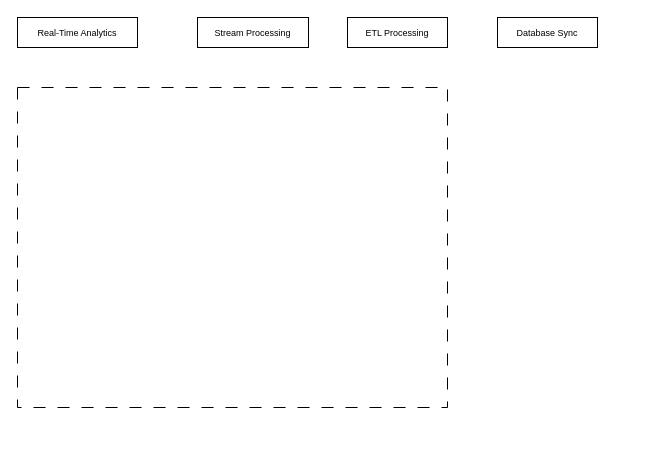
This is 云原生/流批一体大数据平台.drawio from Msimplehub/abbysun, a draw.io file, before an edit. Source tidied: cells renumbered, new cells numbered last; positions are measured from the earlier drawing's top-left corner, leaving out a move shared by most shapes. Both pictures are drawn from the tidied source at 100%, with x=0, y=0 at pixel (17, 17).
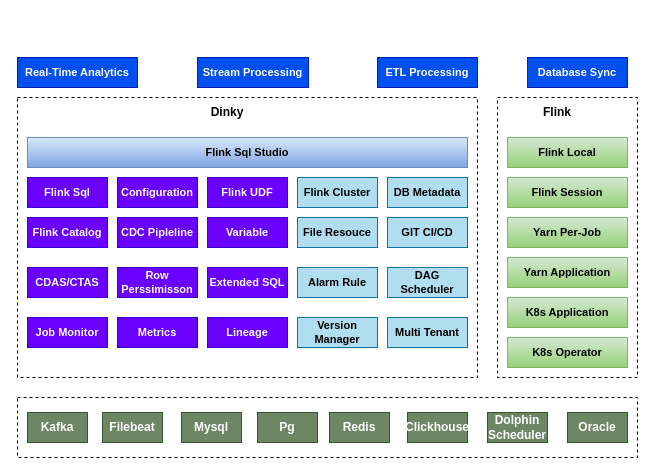
Above is the later version.

Commit message (it also covers changes not shown here):
更新流批一体大数据平台.drawio

Change to the diagram source:
```diff
@@
-    <mxCell id="2" value="&lt;font style=&quot;font-size: 9px;&quot;&gt;Real-Time Analytics&lt;/font&gt;" style="rounded=0;whiteSpace=wrap;html=1;" parent="1" vertex="1">
-      <mxGeometry width="120" height="30" as="geometry" />
+    <mxCell id="2" value="&lt;font style=&quot;font-size: 11px;&quot;&gt;Real-Time Analytics&lt;/font&gt;" style="rounded=0;whiteSpace=wrap;html=1;fontSize=11;fontStyle=1;fillColor=#0050ef;fontColor=#ffffff;strokeColor=#001DBC;" parent="1" vertex="1">
+      <mxGeometry y="40" width="120" height="30" as="geometry" />
     </mxCell>
-    <mxCell id="3" value="&lt;font style=&quot;font-size: 9px;&quot;&gt;Stream Processing&lt;/font&gt;" style="rounded=0;whiteSpace=wrap;html=1;" parent="1" vertex="1">
-      <mxGeometry x="180" width="111" height="30" as="geometry" />
+    <mxCell id="3" value="&lt;font style=&quot;font-size: 11px;&quot;&gt;Stream Processing&lt;/font&gt;" style="rounded=0;whiteSpace=wrap;html=1;fontSize=11;fontStyle=1;fillColor=#0050ef;fontColor=#ffffff;strokeColor=#001DBC;" parent="1" vertex="1">
+      <mxGeometry x="180" y="40" width="111" height="30" as="geometry" />
     </mxCell>
-    <mxCell id="4" value="&lt;font style=&quot;font-size: 9px;&quot;&gt;ETL Processing&lt;/font&gt;" style="rounded=0;whiteSpace=wrap;html=1;" parent="1" vertex="1">
-      <mxGeometry x="330" width="100" height="30" as="geometry" />
+    <mxCell id="4" value="&lt;font style=&quot;font-size: 11px;&quot;&gt;ETL Processing&lt;/font&gt;" style="rounded=0;whiteSpace=wrap;html=1;fontSize=11;fontStyle=1;fillColor=#0050ef;fontColor=#ffffff;strokeColor=#001DBC;" parent="1" vertex="1">
+      <mxGeometry x="360" y="40" width="100" height="30" as="geometry" />
     </mxCell>
-    <mxCell id="5" value="&lt;font style=&quot;font-size: 9px;&quot;&gt;Database Sync&lt;/font&gt;" style="rounded=0;whiteSpace=wrap;html=1;" parent="1" vertex="1">
-      <mxGeometry x="480" width="100" height="30" as="geometry" />
+    <mxCell id="5" value="&lt;font style=&quot;font-size: 11px;&quot;&gt;Database Sync&lt;/font&gt;" style="rounded=0;whiteSpace=wrap;html=1;fontSize=11;fontStyle=1;fillColor=#0050ef;fontColor=#ffffff;strokeColor=#001DBC;" parent="1" vertex="1">
+      <mxGeometry x="510" y="40" width="100" height="30" as="geometry" />
     </mxCell>
-    <mxCell id="6" style="rounded=0;whiteSpace=wrap;html=1;dashed=1;dashPattern=12 12;" parent="1" vertex="1">
-      <mxGeometry y="70" width="430" height="320" as="geometry" />
+    <mxCell id="6" style="rounded=0;whiteSpace=wrap;html=1;dashed=1;fontSize=11;fontStyle=1;" parent="1" vertex="1">
+      <mxGeometry y="80" width="460" height="280" as="geometry" />
     </mxCell>
+    <mxCell id="7" value="Flink Sql Studio" style="rounded=0;whiteSpace=wrap;html=1;fontSize=11;fontStyle=1;fillColor=#dae8fc;gradientColor=#7ea6e0;strokeColor=#6c8ebf;" parent="1" vertex="1">
+      <mxGeometry x="10" y="120" width="440" height="30" as="geometry" />
+    </mxCell>
+    <mxCell id="8" value="Flink Sql" style="rounded=0;whiteSpace=wrap;html=1;fontSize=11;fontStyle=1;fillColor=#6a00ff;fontColor=#ffffff;strokeColor=#3700CC;" parent="1" vertex="1">
+      <mxGeometry x="10" y="160" width="80" height="30" as="geometry" />
+    </mxCell>
+    <mxCell id="9" value="Configuration" style="rounded=0;whiteSpace=wrap;html=1;fontSize=11;fontStyle=1;fillColor=#6a00ff;fontColor=#ffffff;strokeColor=#3700CC;" parent="1" vertex="1">
+      <mxGeometry x="100" y="160" width="80" height="30" as="geometry" />
+    </mxCell>
+    <mxCell id="10" value="Flink UDF" style="rounded=0;whiteSpace=wrap;html=1;fontSize=11;fontStyle=1;fillColor=#6a00ff;fontColor=#ffffff;strokeColor=#3700CC;" parent="1" vertex="1">
+      <mxGeometry x="190" y="160" width="80" height="30" as="geometry" />
+    </mxCell>
+    <mxCell id="11" value="Flink Cluster" style="rounded=0;whiteSpace=wrap;html=1;fontSize=11;fontStyle=1;fillColor=#b1ddf0;strokeColor=#10739e;" parent="1" vertex="1">
+      <mxGeometry x="280" y="160" width="80" height="30" as="geometry" />
+    </mxCell>
+    <mxCell id="12" value="DB Metadata" style="rounded=0;whiteSpace=wrap;html=1;fontSize=11;fontStyle=1;fillColor=#b1ddf0;strokeColor=#10739e;" parent="1" vertex="1">
+      <mxGeometry x="370" y="160" width="80" height="30" as="geometry" />
+    </mxCell>
+    <mxCell id="13" value="Flink Catalog" style="rounded=0;whiteSpace=wrap;html=1;fontSize=11;fontStyle=1;fillColor=#6a00ff;fontColor=#ffffff;strokeColor=#3700CC;" parent="1" vertex="1">
+      <mxGeometry x="10" y="200" width="80" height="30" as="geometry" />
+    </mxCell>
+    <mxCell id="14" value="CDC Pipleline" style="rounded=0;whiteSpace=wrap;html=1;fontSize=11;fontStyle=1;fillColor=#6a00ff;fontColor=#ffffff;strokeColor=#3700CC;" parent="1" vertex="1">
+      <mxGeometry x="100" y="200" width="80" height="30" as="geometry" />
+    </mxCell>
+    <mxCell id="15" value="Variable" style="rounded=0;whiteSpace=wrap;html=1;fontSize=11;fontStyle=1;fillColor=#6a00ff;fontColor=#ffffff;strokeColor=#3700CC;" parent="1" vertex="1">
+      <mxGeometry x="190" y="200" width="80" height="30" as="geometry" />
+    </mxCell>
+    <mxCell id="16" value="File Resouce" style="rounded=0;whiteSpace=wrap;html=1;fontSize=11;fontStyle=1;fillColor=#b1ddf0;strokeColor=#10739e;" parent="1" vertex="1">
+      <mxGeometry x="280" y="200" width="80" height="30" as="geometry" />
+    </mxCell>
+    <mxCell id="17" value="GIT CI/CD" style="rounded=0;whiteSpace=wrap;html=1;fontSize=11;fontStyle=1;fillColor=#b1ddf0;strokeColor=#10739e;" parent="1" vertex="1">
+      <mxGeometry x="370" y="200" width="80" height="30" as="geometry" />
+    </mxCell>
+    <mxCell id="18" value="CDAS/CTAS" style="rounded=0;whiteSpace=wrap;html=1;fontSize=11;fontStyle=1;fillColor=#6a00ff;fontColor=#ffffff;strokeColor=#3700CC;" parent="1" vertex="1">
+      <mxGeometry x="10" y="250" width="80" height="30" as="geometry" />
+    </mxCell>
+    <mxCell id="19" value="Row Perssimisson" style="rounded=0;whiteSpace=wrap;html=1;fontSize=11;fontStyle=1;fillColor=#6a00ff;fontColor=#ffffff;strokeColor=#3700CC;" parent="1" vertex="1">
+      <mxGeometry x="100" y="250" width="80" height="30" as="geometry" />
+    </mxCell>
+    <mxCell id="20" value="Extended SQL" style="rounded=0;whiteSpace=wrap;html=1;fontSize=11;fontStyle=1;fillColor=#6a00ff;fontColor=#ffffff;strokeColor=#3700CC;" parent="1" vertex="1">
+      <mxGeometry x="190" y="250" width="80" height="30" as="geometry" />
+    </mxCell>
+    <mxCell id="21" value="Alarm Rule" style="rounded=0;whiteSpace=wrap;html=1;fontSize=11;fontStyle=1;fillColor=#b1ddf0;strokeColor=#10739e;" parent="1" vertex="1">
+      <mxGeometry x="280" y="250" width="80" height="30" as="geometry" />
+    </mxCell>
+    <mxCell id="22" value="DAG Scheduler" style="rounded=0;whiteSpace=wrap;html=1;fontSize=11;fontStyle=1;fillColor=#b1ddf0;strokeColor=#10739e;" parent="1" vertex="1">
+      <mxGeometry x="370" y="250" width="80" height="30" as="geometry" />
+    </mxCell>
+    <mxCell id="23" value="Job Monitor" style="rounded=0;whiteSpace=wrap;html=1;fontSize=11;fontStyle=1;fillColor=#6a00ff;fontColor=#ffffff;strokeColor=#3700CC;" parent="1" vertex="1">
+      <mxGeometry x="10" y="300" width="80" height="30" as="geometry" />
+    </mxCell>
+    <mxCell id="24" value="Metrics" style="rounded=0;whiteSpace=wrap;html=1;fontSize=11;fontStyle=1;fillColor=#6a00ff;fontColor=#ffffff;strokeColor=#3700CC;" parent="1" vertex="1">
+      <mxGeometry x="100" y="300" width="80" height="30" as="geometry" />
+    </mxCell>
+    <mxCell id="25" value="Lineage" style="rounded=0;whiteSpace=wrap;html=1;fontSize=11;fontStyle=1;fillColor=#6a00ff;fontColor=#ffffff;strokeColor=#3700CC;" parent="1" vertex="1">
+      <mxGeometry x="190" y="300" width="80" height="30" as="geometry" />
+    </mxCell>
+    <mxCell id="26" value="Version Manager" style="rounded=0;whiteSpace=wrap;html=1;fontSize=11;fontStyle=1;fillColor=#b1ddf0;strokeColor=#10739e;" parent="1" vertex="1">
+      <mxGeometry x="280" y="300" width="80" height="30" as="geometry" />
+    </mxCell>
+    <mxCell id="27" value="Multi Tenant" style="rounded=0;whiteSpace=wrap;html=1;fontSize=11;fontStyle=1;fillColor=#b1ddf0;strokeColor=#10739e;" parent="1" vertex="1">
+      <mxGeometry x="370" y="300" width="80" height="30" as="geometry" />
+    </mxCell>
+    <mxCell id="28" style="rounded=0;whiteSpace=wrap;html=1;dashed=1;fontSize=11;fontStyle=1;" parent="1" vertex="1">
+      <mxGeometry x="480" y="80" width="140" height="280" as="geometry" />
+    </mxCell>
+    <mxCell id="29" value="Flink Local" style="rounded=0;whiteSpace=wrap;html=1;fontSize=11;fontStyle=1;fillColor=#d5e8d4;gradientColor=#97d077;strokeColor=#82b366;" parent="1" vertex="1">
+      <mxGeometry x="490" y="120" width="120" height="30" as="geometry" />
+    </mxCell>
+    <mxCell id="30" value="Flink Session" style="rounded=0;whiteSpace=wrap;html=1;fontSize=11;fontStyle=1;fillColor=#d5e8d4;gradientColor=#97d077;strokeColor=#82b366;" parent="1" vertex="1">
+      <mxGeometry x="490" y="160" width="120" height="30" as="geometry" />
+    </mxCell>
+    <mxCell id="31" value="Yarn Per-Job" style="rounded=0;whiteSpace=wrap;html=1;fontSize=11;fontStyle=1;fillColor=#d5e8d4;gradientColor=#97d077;strokeColor=#82b366;" parent="1" vertex="1">
+      <mxGeometry x="490" y="200" width="120" height="30" as="geometry" />
+    </mxCell>
+    <mxCell id="32" value="Yarn Application" style="rounded=0;whiteSpace=wrap;html=1;fontSize=11;fontStyle=1;fillColor=#d5e8d4;gradientColor=#97d077;strokeColor=#82b366;" parent="1" vertex="1">
+      <mxGeometry x="490" y="240" width="120" height="30" as="geometry" />
+    </mxCell>
+    <mxCell id="33" value="K8s Application" style="rounded=0;whiteSpace=wrap;html=1;fontSize=11;fontStyle=1;fillColor=#d5e8d4;gradientColor=#97d077;strokeColor=#82b366;" parent="1" vertex="1">
+      <mxGeometry x="490" y="280" width="120" height="30" as="geometry" />
+    </mxCell>
+    <mxCell id="34" value="K8s Operator" style="rounded=0;whiteSpace=wrap;html=1;fontSize=11;fontStyle=1;fillColor=#d5e8d4;gradientColor=#97d077;strokeColor=#82b366;" parent="1" vertex="1">
+      <mxGeometry x="490" y="320" width="120" height="30" as="geometry" />
+    </mxCell>
+    <mxCell id="35" style="rounded=0;whiteSpace=wrap;html=1;dashed=1;fontSize=11;fontStyle=1;" parent="1" vertex="1">
+      <mxGeometry y="380" width="620" height="60" as="geometry" />
+    </mxCell>
+    <mxCell id="36" value="&lt;b&gt;Dinky&lt;/b&gt;" style="text;html=1;align=center;verticalAlign=middle;whiteSpace=wrap;rounded=0;" parent="1" vertex="1">
+      <mxGeometry x="180" y="80" width="60" height="30" as="geometry" />
+    </mxCell>
+    <mxCell id="37" value="&lt;b&gt;Flink&lt;/b&gt;" style="text;html=1;align=center;verticalAlign=middle;whiteSpace=wrap;rounded=0;" parent="1" vertex="1">
+      <mxGeometry x="510" y="80" width="60" height="30" as="geometry" />
+    </mxCell>
+    <mxCell id="38" value="Kafka" style="rounded=0;whiteSpace=wrap;html=1;fillColor=#6d8764;strokeColor=#3A5431;fontColor=#ffffff;fontStyle=1;" parent="1" vertex="1">
+      <mxGeometry x="10" y="395" width="60" height="30" as="geometry" />
+    </mxCell>
+    <mxCell id="39" value="Filebeat" style="rounded=0;whiteSpace=wrap;html=1;fillColor=#6d8764;strokeColor=#3A5431;fontColor=#ffffff;fontStyle=1;" parent="1" vertex="1">
+      <mxGeometry x="85" y="395" width="60" height="30" as="geometry" />
+    </mxCell>
+    <mxCell id="40" value="Mysql" style="rounded=0;whiteSpace=wrap;html=1;fillColor=#6d8764;strokeColor=#3A5431;fontColor=#ffffff;fontStyle=1;" parent="1" vertex="1">
+      <mxGeometry x="164" y="395" width="60" height="30" as="geometry" />
+    </mxCell>
+    <mxCell id="41" value="Pg" style="rounded=0;whiteSpace=wrap;html=1;fillColor=#6d8764;strokeColor=#3A5431;fontColor=#ffffff;fontStyle=1;" parent="1" vertex="1">
+      <mxGeometry x="240" y="395" width="60" height="30" as="geometry" />
+    </mxCell>
+    <mxCell id="42" value="Redis" style="rounded=0;whiteSpace=wrap;html=1;fillColor=#6d8764;strokeColor=#3A5431;fontColor=#ffffff;fontStyle=1;" parent="1" vertex="1">
+      <mxGeometry x="312" y="395" width="60" height="30" as="geometry" />
+    </mxCell>
+    <mxCell id="43" value="Clickhouse" style="rounded=0;whiteSpace=wrap;html=1;fillColor=#6d8764;strokeColor=#3A5431;fontColor=#ffffff;fontStyle=1;" parent="1" vertex="1">
+      <mxGeometry x="390" y="395" width="60" height="30" as="geometry" />
+    </mxCell>
+    <mxCell id="44" value="Dolphin Scheduler" style="rounded=0;whiteSpace=wrap;html=1;fillColor=#6d8764;strokeColor=#3A5431;fontColor=#ffffff;fontStyle=1;" parent="1" vertex="1">
+      <mxGeometry x="470" y="395" width="60" height="30" as="geometry" />
+    </mxCell>
+    <mxCell id="45" value="Oracle" style="rounded=0;whiteSpace=wrap;html=1;fillColor=#6d8764;strokeColor=#3A5431;fontColor=#ffffff;fontStyle=1;" parent="1" vertex="1">
+      <mxGeometry x="550" y="395" width="60" height="30" as="geometry" />
+    </mxCell>
```
